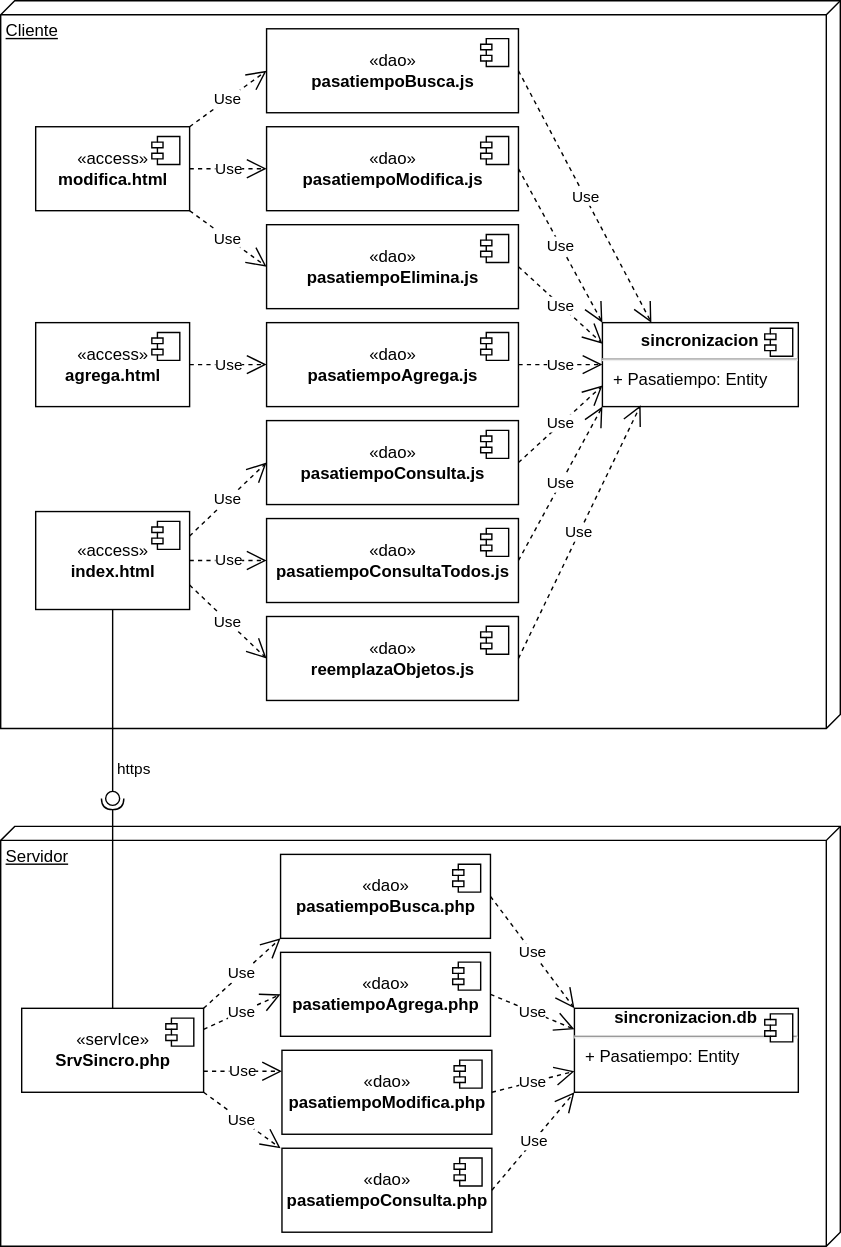
Earlier version of the draw.io export img/m11sincro/sincrodistribucion.drawio.svg (gilpgdm/gilpgdm.github.io). Source tidied: cells renumbered, new cells last; positions are measured from the earlier drawing's top-left corner, leaving out a move shared by most shapes.
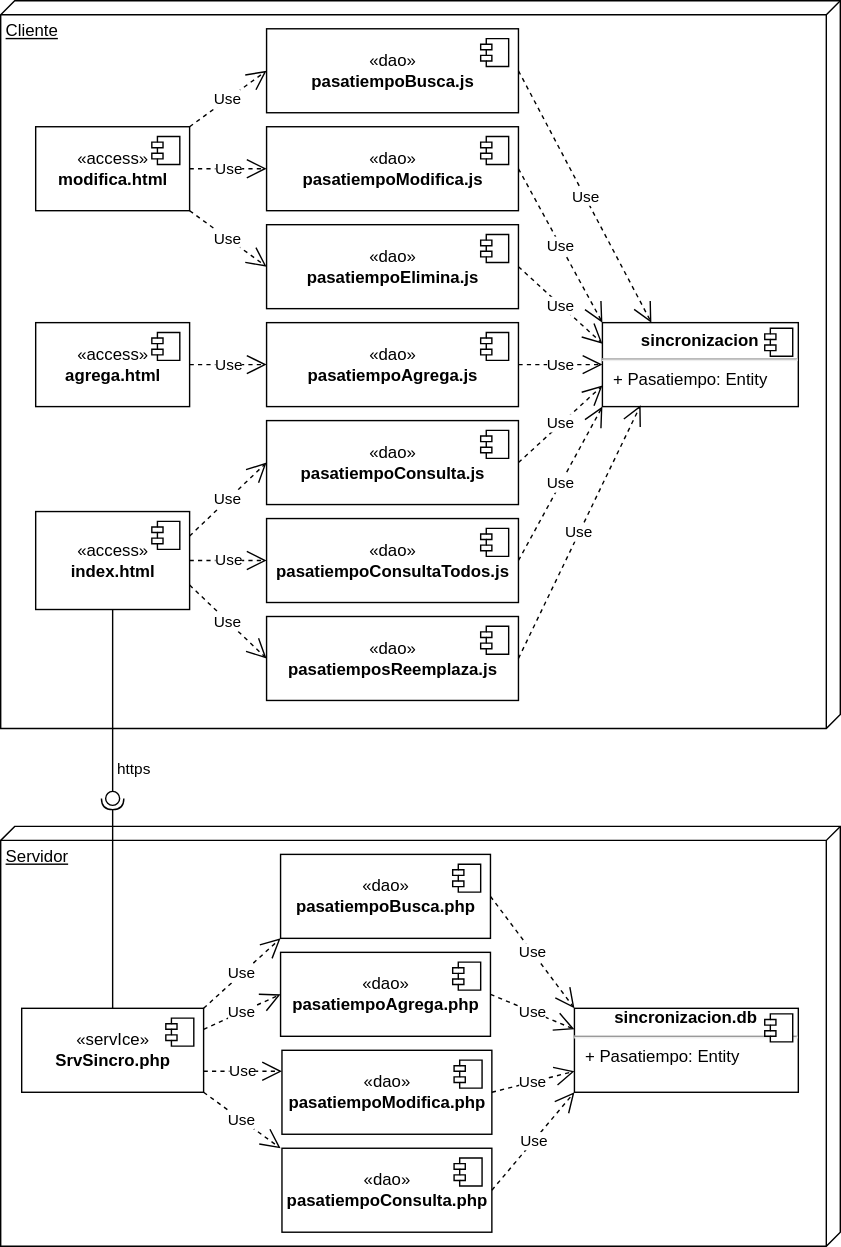
Later version of the same file.

The edit, as a diff of the source:
```diff
@@ -207,7 +207,7 @@
     <mxCell id="58" value="Use" style="endArrow=open;endSize=12;dashed=1;html=1;rounded=0;entryX=0;entryY=0.5;entryDx=0;entryDy=0;exitX=1;exitY=0.5;exitDx=0;exitDy=0;" parent="1" edge="1" source="3" target="55">
       <mxGeometry relative="1" as="geometry" />
     </mxCell>
-    <mxCell id="59" value="«dao»&lt;br&gt;&lt;b&gt;reemplazaObjetos.js&lt;/b&gt;" style="html=1;" parent="1" vertex="1">
+    <mxCell id="59" value="«dao»&lt;br&gt;&lt;b&gt;pasatiemposReemplaza.js&lt;/b&gt;" style="html=1;" parent="1" vertex="1">
       <mxGeometry x="190" y="440" width="180" height="60" as="geometry" />
     </mxCell>
     <mxCell id="60" style="shape=module;jettyWidth=8;jettyHeight=4;" parent="59" vertex="1">
```
